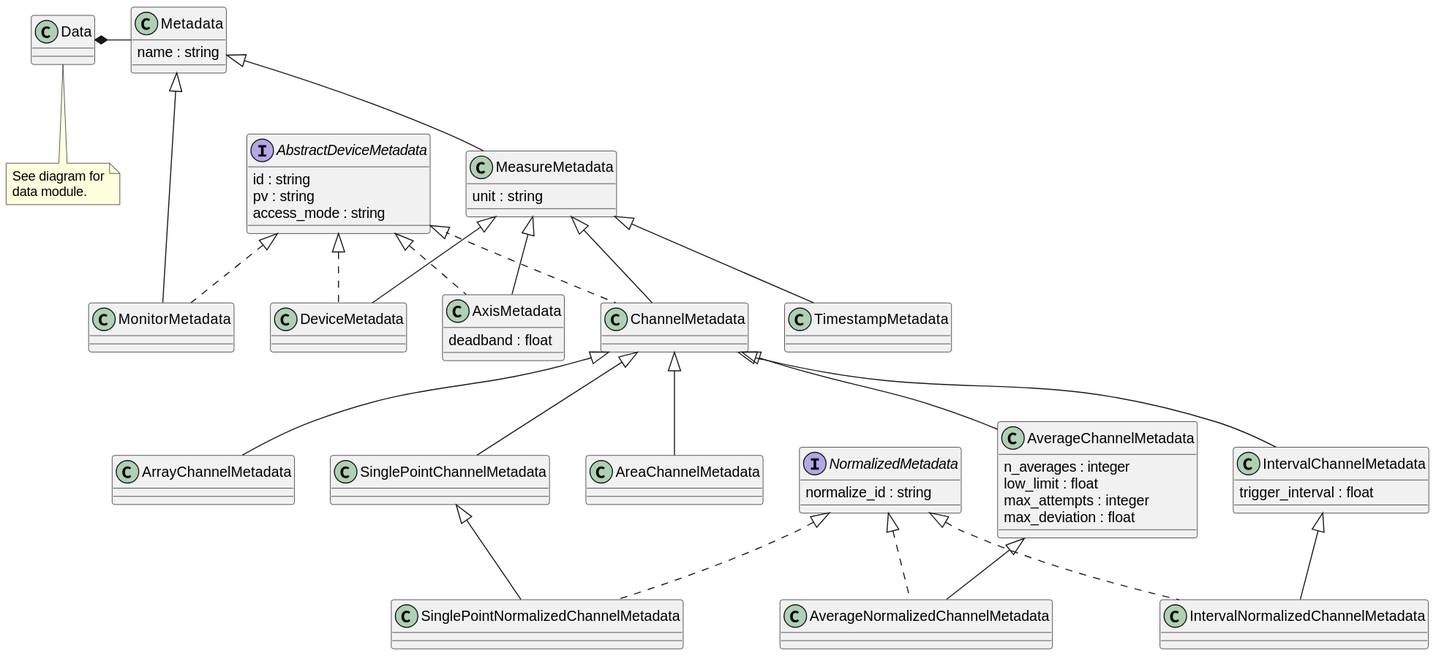
This is docs/uml/evedata.evefile.metadata.svg from tillbiskup/evedata, a PlantUML export, as it was before one commit. The source it was exported from:
```plantuml
@startuml
class Metadata {
    name : string
}

class Data {
}
note bottom: See diagram for\ndata module.

interface AbstractDeviceMetadata {
    id : string
    pv : string
    access_mode : string
}

class MeasureMetadata extends Metadata {
    unit : string
}

class MonitorMetadata extends Metadata implements AbstractDeviceMetadata {
}

class DeviceMetadata extends MeasureMetadata implements AbstractDeviceMetadata  {
}

class AxisMetadata extends MeasureMetadata implements AbstractDeviceMetadata  {
    deadband : float
}

class ChannelMetadata extends MeasureMetadata implements AbstractDeviceMetadata  {
}

class TimestampMetadata extends MeasureMetadata {
}

class SinglePointChannelMetadata extends ChannelMetadata {}

class AverageChannelMetadata extends ChannelMetadata {
    n_averages : integer
    low_limit : float
    max_attempts : integer
    max_deviation : float
}

class IntervalChannelMetadata extends ChannelMetadata {
    trigger_interval : float
}

class ArrayChannelMetadata extends ChannelMetadata {
}

class AreaChannelMetadata extends ChannelMetadata {
}

Data *- Metadata

interface NormalizedMetadata {
    normalize_id : string
}

class SinglePointNormalizedChannelMetadata extends SinglePointChannelMetadata implements NormalizedMetadata {}

class AverageNormalizedChannelMetadata extends AverageChannelMetadata implements NormalizedMetadata {}

class IntervalNormalizedChannelMetadata extends IntervalChannelMetadata implements NormalizedMetadata {}
@enduml
```
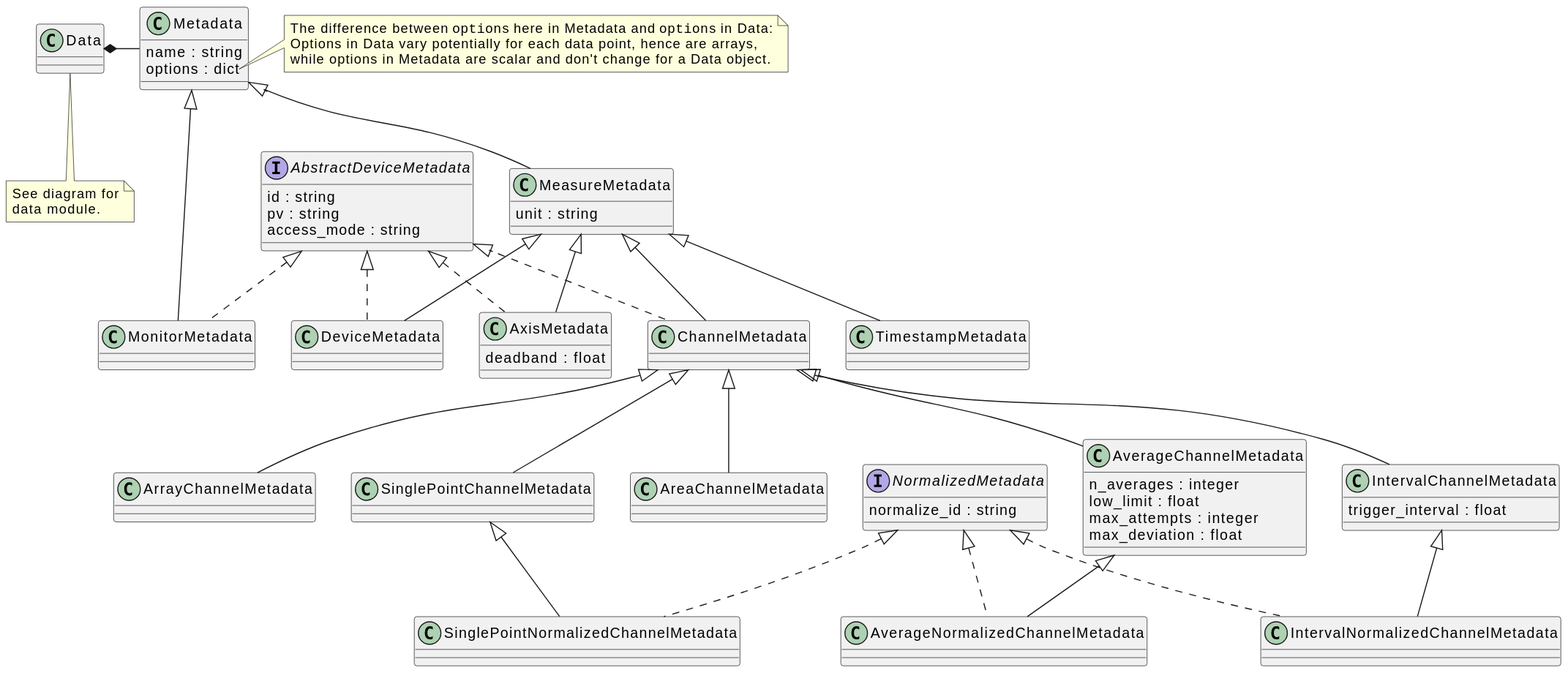
Above is the later version.

Commit message:
Add options as dict to data model

The edit, as a diff of the source:
```diff
@@ -1,7 +1,13 @@
 @startuml
 class Metadata {
     name : string
+    options : dict
 }
+note right of Metadata::options
+    The difference between ""options"" here in Metadata and ""options"" in Data:
+    Options in Data vary potentially for each data point, hence are arrays,
+    while options in Metadata are scalar and don't change for a Data object.
+end note
 
 class Data {
 }
```
